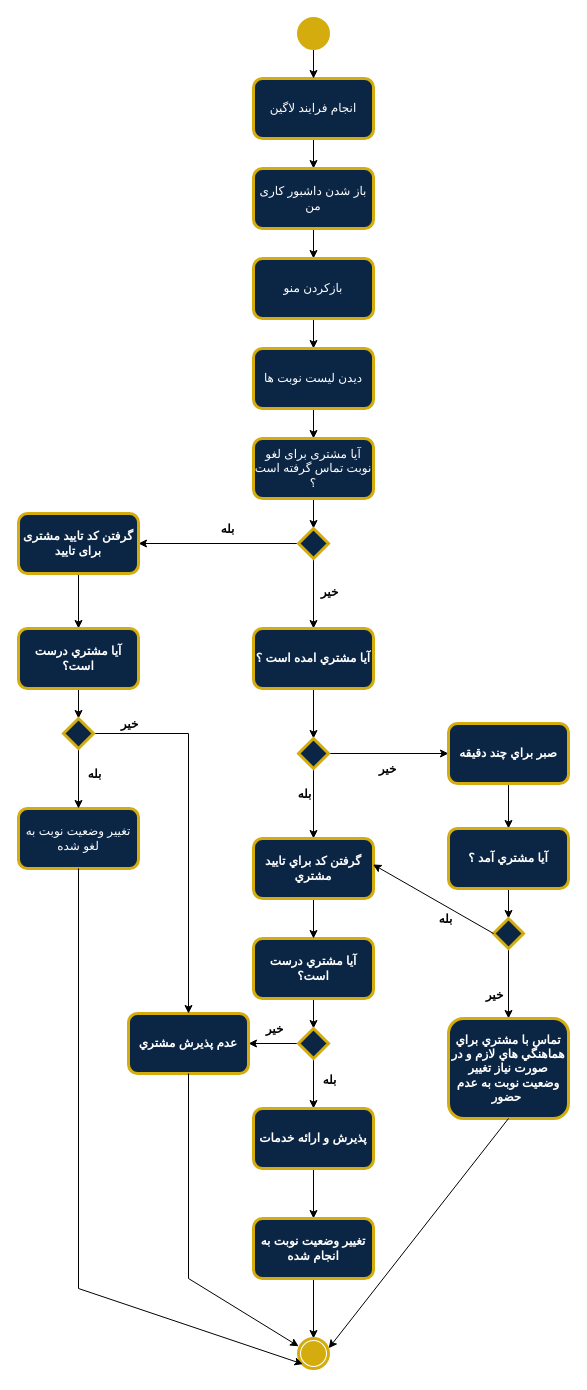
TnT74K/Project-SAD keeps this draw.io diagram as Documentation/Analysis/Modeling/Functional Models/Org Staff/org staff activity diagram.drawio. Above is the earlier version. Source tidied: cells renumbered, new cells numbered last; positions are measured from the earlier drawing's top-left corner, leaving out a move shared by most shapes. Both pictures are drawn from the tidied source at 100%, with x=0, y=0 at pixel (18, 18).
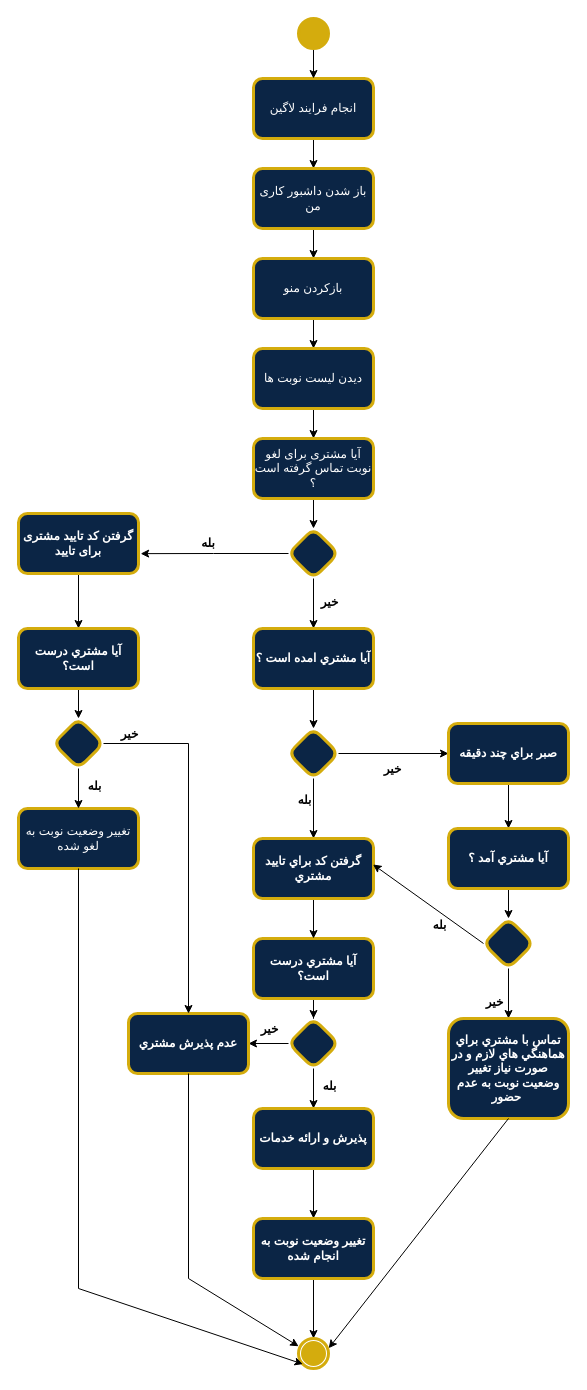
The same diagram, later.

Commit message (it also covers changes not shown here):
Update Activity diagrams; Add org staff activity diagram.svg

The change refers to these unchanged cells:
```xml
<mxCell id="21" value="گرفتن كد تاييد مشتری برای تایید" style="rounded=1;whiteSpace=wrap;html=1;strokeColor=light-dark(#D4AC0D,#D4AC0D);strokeWidth=3;align=center;verticalAlign=middle;fontFamily=zain;fontSize=12;fontColor=light-dark(#FFFFFF,#FFFFFF);fontStyle=1;labelBackgroundColor=none;fillColor=light-dark(#0B2545,#0B2545);" parent="1" vertex="1">
  <mxGeometry y="495" width="120" height="60" as="geometry" />
</mxCell>
```

Diff of the diagram source:
```diff
@@
-    <mxCell id="14" style="edgeStyle=orthogonalEdgeStyle;rounded=0;jettySize=auto;html=1;fontFamily=zain;fontSize=12;fontColor=light-dark(#FFFFFF,#FFFFFF);fontStyle=1;labelBackgroundColor=none;entryX=1;entryY=0.5;entryDx=0;entryDy=0;" parent="1" edge="1" source="18" target="21">
-      <mxGeometry relative="1" as="geometry" />
-    </mxCell>
-    <mxCell id="15" value="&lt;font style=&quot;&quot;&gt;بله&lt;/font&gt;" style="edgeLabel;html=1;align=center;verticalAlign=middle;strokeColor=light-dark(#D4AC0D,#D4AC0D);strokeWidth=3;fontFamily=zain;fontSize=12;fontColor=light-dark(#000000,#FFFFFF);fontStyle=1;labelBackgroundColor=none;fillColor=light-dark(#0B2545,#0B2545);" parent="14" vertex="1">
-      <mxGeometry x="-0.1" relative="1" as="geometry">
-        <mxPoint y="-15" as="offset" />
-      </mxGeometry>
-    </mxCell>
@@
-    <mxCell id="18" style="rhombus;strokeColor=light-dark(#D4AC0D,#D4AC0D);strokeWidth=3;align=center;verticalAlign=middle;fontFamily=zain;fontSize=12;fontColor=light-dark(#FFFFFF,#FFFFFF);fontStyle=1;labelBackgroundColor=none;fillColor=light-dark(#0B2545,#0B2545);" parent="1" vertex="1">
-      <mxGeometry x="280" y="510" width="30" height="30" as="geometry" />
+    <mxCell id="18" style="rhombus;strokeColor=light-dark(#D4AC0D,#D4AC0D);strokeWidth=3;align=center;verticalAlign=middle;fontFamily=zain;fontSize=12;fontColor=light-dark(#FFFFFF,#FFFFFF);fontStyle=1;labelBackgroundColor=none;fillColor=light-dark(#0B2545,#0B2545);rounded=1;" parent="1" vertex="1">
+      <mxGeometry x="270" y="510" width="50" height="50" as="geometry" />
     </mxCell>
@@
-    <mxCell id="28" style="rhombus;strokeColor=light-dark(#D4AC0D,#D4AC0D);strokeWidth=3;align=center;verticalAlign=middle;fontFamily=zain;fontSize=12;fontColor=light-dark(#FFFFFF,#FFFFFF);fontStyle=1;labelBackgroundColor=none;fillColor=light-dark(#0B2545,#0B2545);" parent="1" vertex="1">
-      <mxGeometry x="280" y="720" width="30" height="30" as="geometry" />
+    <mxCell id="28" style="rhombus;strokeColor=light-dark(#D4AC0D,#D4AC0D);strokeWidth=3;align=center;verticalAlign=middle;fontFamily=zain;fontSize=12;fontColor=light-dark(#FFFFFF,#FFFFFF);fontStyle=1;labelBackgroundColor=none;fillColor=light-dark(#0B2545,#0B2545);rounded=1;" parent="1" vertex="1">
+      <mxGeometry x="270" y="710" width="50" height="50" as="geometry" />
     </mxCell>
@@
-    <mxCell id="37" style="rhombus;strokeColor=light-dark(#D4AC0D,#D4AC0D);strokeWidth=3;align=center;verticalAlign=middle;fontFamily=zain;fontSize=12;fontColor=light-dark(#FFFFFF,#FFFFFF);fontStyle=1;labelBackgroundColor=none;fillColor=light-dark(#0B2545,#0B2545);" parent="1" vertex="1">
-      <mxGeometry x="280" y="1010" width="30" height="30" as="geometry" />
+    <mxCell id="37" style="rhombus;strokeColor=light-dark(#D4AC0D,#D4AC0D);strokeWidth=3;align=center;verticalAlign=middle;fontFamily=zain;fontSize=12;fontColor=light-dark(#FFFFFF,#FFFFFF);fontStyle=1;labelBackgroundColor=none;fillColor=light-dark(#0B2545,#0B2545);rounded=1;" parent="1" vertex="1">
+      <mxGeometry x="270" y="1000" width="50" height="50" as="geometry" />
     </mxCell>
@@
-    <mxCell id="48" style="rhombus;whiteSpace=wrap;html=1;strokeColor=light-dark(#D4AC0D,#D4AC0D);strokeWidth=3;align=center;verticalAlign=middle;fontFamily=zain;fontSize=12;fontColor=light-dark(#FFFFFF,#FFFFFF);fontStyle=1;labelBackgroundColor=none;fillColor=light-dark(#0B2545,#0B2545);" parent="1" vertex="1">
-      <mxGeometry x="475" y="900" width="30" height="30" as="geometry" />
+    <mxCell id="48" style="rhombus;whiteSpace=wrap;html=1;strokeColor=light-dark(#D4AC0D,#D4AC0D);strokeWidth=3;align=center;verticalAlign=middle;fontFamily=zain;fontSize=12;fontColor=light-dark(#FFFFFF,#FFFFFF);fontStyle=1;labelBackgroundColor=none;fillColor=light-dark(#0B2545,#0B2545);rounded=1;" parent="1" vertex="1">
+      <mxGeometry x="465" y="900" width="50" height="50" as="geometry" />
     </mxCell>
@@
-    <mxCell id="63" style="rhombus;strokeColor=light-dark(#D4AC0D,#D4AC0D);strokeWidth=3;align=center;verticalAlign=middle;fontFamily=zain;fontSize=12;fontColor=light-dark(#FFFFFF,#FFFFFF);fontStyle=1;labelBackgroundColor=none;fillColor=light-dark(#0B2545,#0B2545);" parent="1" vertex="1">
-      <mxGeometry x="45" y="700" width="30" height="30" as="geometry" />
+    <mxCell id="63" style="rhombus;strokeColor=light-dark(#D4AC0D,#D4AC0D);strokeWidth=3;align=center;verticalAlign=middle;fontFamily=zain;fontSize=12;fontColor=light-dark(#FFFFFF,#FFFFFF);fontStyle=1;labelBackgroundColor=none;fillColor=light-dark(#0B2545,#0B2545);rounded=1;" parent="1" vertex="1">
+      <mxGeometry x="35" y="700" width="50" height="50" as="geometry" />
     </mxCell>
+    <mxCell id="14" style="edgeStyle=orthogonalEdgeStyle;rounded=0;jettySize=auto;html=1;exitX=0;exitY=0.5;exitDx=0;exitDy=0;entryX=1.018;entryY=0.669;entryDx=0;entryDy=0;entryPerimeter=0;" parent="1" edge="1" source="18" target="21">
+      <mxGeometry relative="1" as="geometry" />
+    </mxCell>
+    <mxCell id="15" value="بله" style="text;html=1;whiteSpace=wrap;strokeColor=none;fillColor=none;align=center;verticalAlign=middle;rounded=0;fontFamily=zain;fontSize=12;fontColor=light-dark(#000000,#FFFFFF);fontStyle=1;labelBackgroundColor=none;" parent="1" vertex="1">
+      <mxGeometry x="160" y="510" width="60" height="30" as="geometry" />
+    </mxCell>
```
